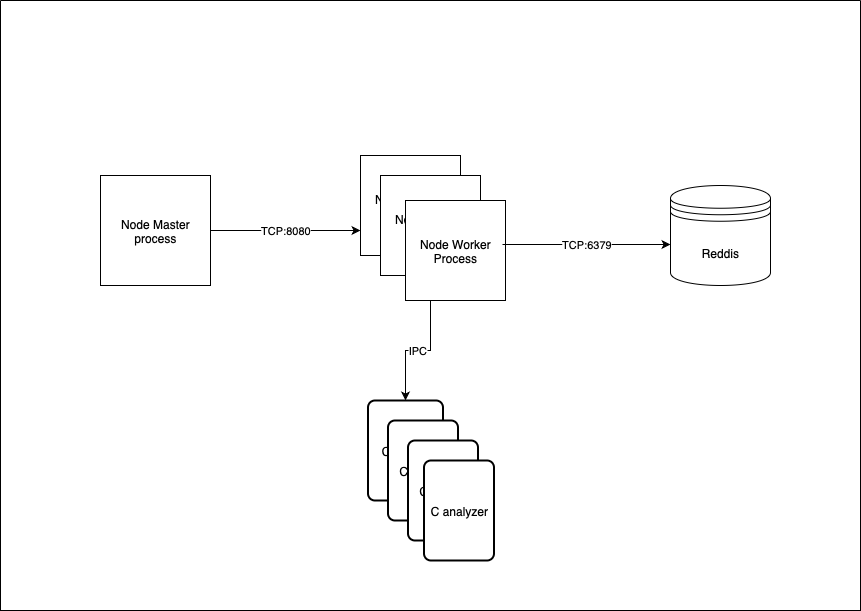
Earlier version of the draw.io export architecture/High Level Diagram.png (obradovicsl/Web-Application-Firewall). Source tidied: cells renumbered, new cells last; positions are measured from the earlier drawing's top-left corner, leaving out a move shared by most shapes.
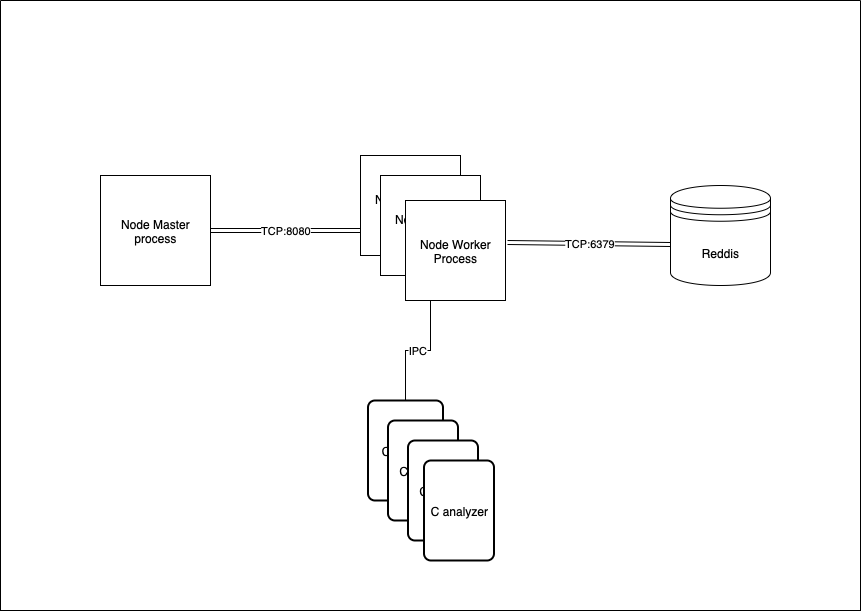
Above is the later version.

Change to the diagram source:
```diff
@@ -26,16 +26,16 @@
     <mxCell id="9" value="Reddis" style="shape=datastore;whiteSpace=wrap;html=1;" parent="1" vertex="1">
       <mxGeometry x="670" y="185" width="100" height="100" as="geometry" />
     </mxCell>
-    <mxCell id="10" value="IPC" style="edgeStyle=orthogonalEdgeStyle;rounded=0;jettySize=auto;html=1;exitX=0.25;exitY=1;exitDx=0;exitDy=0;" parent="1" edge="1" source="11" target="5">
+    <mxCell id="10" value="IPC" style="edgeStyle=orthogonalEdgeStyle;rounded=0;jettySize=auto;html=1;exitX=0.25;exitY=1;exitDx=0;exitDy=0;endArrow=none;endFill=0;" parent="1" edge="1" source="11" target="5">
       <mxGeometry relative="1" as="geometry" />
     </mxCell>
     <mxCell id="11" value="Node Worker Process" style="whiteSpace=wrap;html=1;" parent="1" vertex="1">
       <mxGeometry x="405" y="200" width="100" height="100" as="geometry" />
     </mxCell>
-    <mxCell id="12" value="TCP:8080" style="endArrow=classic;html=1;rounded=0;entryX=0;entryY=0.75;entryDx=0;entryDy=0;exitX=1;exitY=0.5;exitDx=0;exitDy=0;" parent="1" edge="1" source="2" target="3">
+    <mxCell id="12" value="TCP:8080" style="endArrow=classic;html=1;rounded=0;entryX=0;entryY=0.75;entryDx=0;entryDy=0;exitX=1;exitY=0.5;exitDx=0;exitDy=0;shape=link;" parent="1" edge="1" source="2" target="3">
       <mxGeometry relative="1" as="geometry" />
     </mxCell>
-    <mxCell id="13" value="TCP:6379" style="endArrow=classic;html=1;rounded=0;entryX=0;entryY=0.59;entryDx=0;entryDy=0;entryPerimeter=0;exitX=0.97;exitY=0.44;exitDx=0;exitDy=0;exitPerimeter=0;" parent="1" edge="1" source="11" target="9">
+    <mxCell id="13" value="TCP:6379" style="endArrow=classic;html=1;rounded=0;entryX=0;entryY=0.59;entryDx=0;entryDy=0;entryPerimeter=0;exitX=1.02;exitY=0.42;exitDx=0;exitDy=0;exitPerimeter=0;shape=link;" parent="1" edge="1" source="11" target="9">
       <mxGeometry relative="1" as="geometry" />
     </mxCell>
     <mxCell id="14" style="swimlane;startSize=0;spacingTop=20;" parent="1" vertex="1">
```
